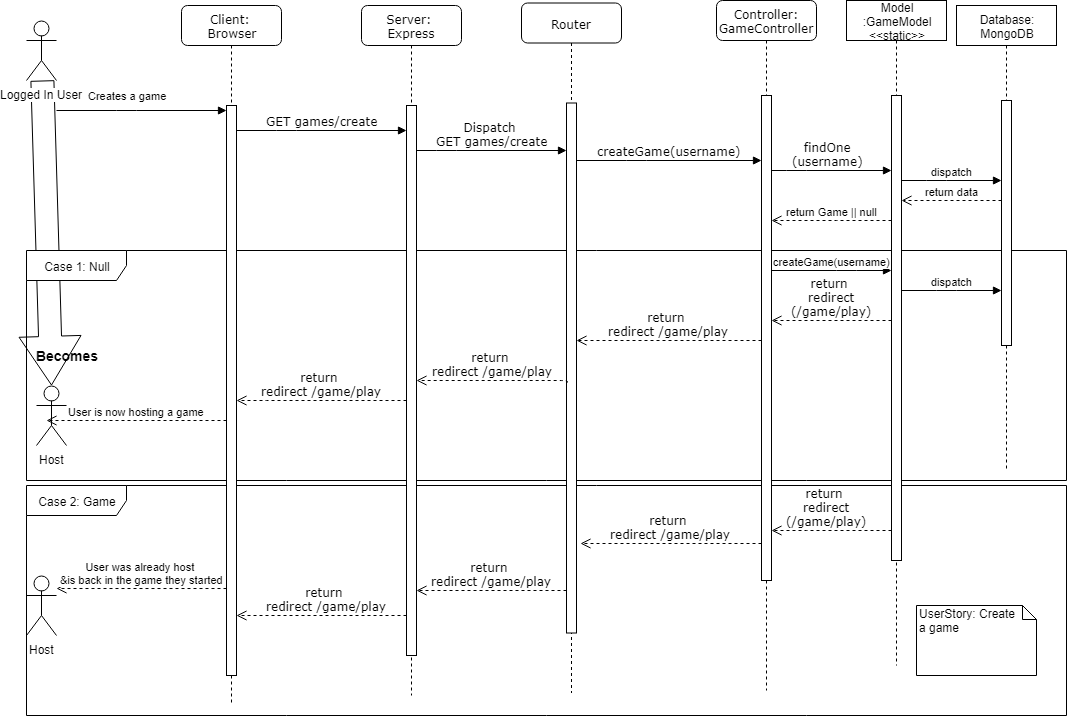
The draw.io diagram UML_Graphics/Sequence Diagram_ Create a Game.png in O-clock-Pulsar/Pictionary-TeamPyjamasque, before a commit. Source tidied: cells renumbered, new cells last; positions are measured from the earlier drawing's top-left corner, leaving out a move shared by most shapes.
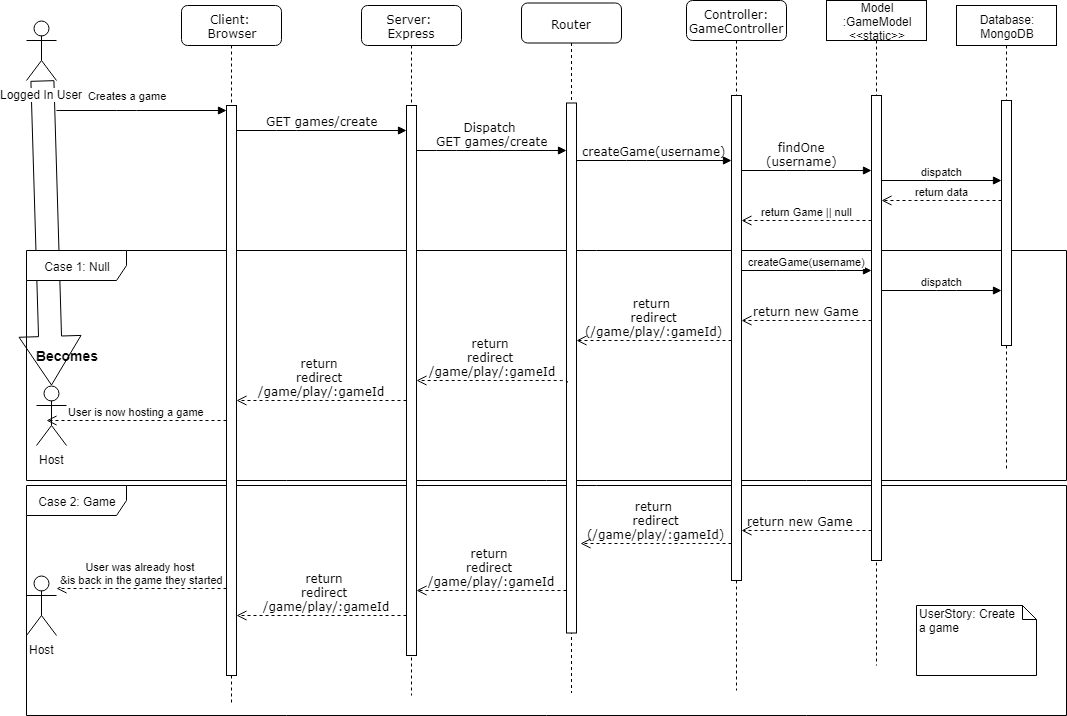
Above is the later version.

What changed in the source:
```diff
@@ -24,7 +24,7 @@
       <mxGeometry x="45" y="100" width="10" height="530" as="geometry" />
     </mxCell>
     <mxCell id="9" value="Controller: GameController" style="shape=umlLifeline;perimeter=lifelinePerimeter;whiteSpace=wrap;html=1;rounded=1;shadow=0;comic=0;labelBackgroundColor=none;strokeColor=#000000;strokeWidth=1;fillColor=#FFFFFF;fontFamily=Verdana;fontSize=12;fontColor=#000000;align=center;" parent="1" vertex="1">
-      <mxGeometry x="695" width="100" height="690" as="geometry" />
+      <mxGeometry x="665" width="100" height="690" as="geometry" />
     </mxCell>
     <mxCell id="10" style="html=1;points=[];perimeter=orthogonalPerimeter;rounded=0;shadow=0;comic=0;labelBackgroundColor=none;strokeColor=#000000;strokeWidth=1;fillColor=#FFFFFF;fontFamily=Verdana;fontSize=12;fontColor=#000000;align=center;" parent="9" vertex="1">
       <mxGeometry x="45" y="95" width="10" height="485" as="geometry" />
@@ -69,7 +69,7 @@
         </Array>
       </mxGeometry>
     </mxCell>
-    <mxCell id="17" value="return&amp;nbsp;&lt;br&gt;redirect /game/play" style="html=1;verticalAlign=bottom;endArrow=open;dashed=1;endSize=8;labelBackgroundColor=none;fontFamily=Verdana;fontSize=12;edgeStyle=elbowEdgeStyle;elbow=vertical;exitX=0.1;exitY=0.527;exitDx=0;exitDy=0;exitPerimeter=0;" parent="1" edge="1" source="8" target="6">
+    <mxCell id="17" value="return&amp;nbsp;&lt;br&gt;redirect &lt;br&gt;/game/play/:gameId" style="html=1;verticalAlign=bottom;endArrow=open;dashed=1;endSize=8;labelBackgroundColor=none;fontFamily=Verdana;fontSize=12;edgeStyle=elbowEdgeStyle;elbow=vertical;exitX=0.1;exitY=0.527;exitDx=0;exitDy=0;exitPerimeter=0;" parent="1" edge="1" source="8" target="6">
       <mxGeometry relative="1" as="geometry">
         <Array as="points">
           <mxPoint x="385" y="380" />
@@ -77,7 +77,7 @@
         </Array>
       </mxGeometry>
     </mxCell>
-    <mxCell id="18" value="return&amp;nbsp;&lt;br&gt;redirect /game/play" style="html=1;verticalAlign=bottom;endArrow=open;dashed=1;endSize=8;labelBackgroundColor=none;fontFamily=Verdana;fontSize=12;edgeStyle=elbowEdgeStyle;elbow=vertical;" parent="1" edge="1" source="6" target="12">
+    <mxCell id="18" value="return&amp;nbsp;&lt;br&gt;redirect &lt;br&gt;/game/play/:gameId" style="html=1;verticalAlign=bottom;endArrow=open;dashed=1;endSize=8;labelBackgroundColor=none;fontFamily=Verdana;fontSize=12;edgeStyle=elbowEdgeStyle;elbow=vertical;" parent="1" edge="1" source="6" target="12">
       <mxGeometry relative="1" as="geometry">
         <Array as="points">
           <mxPoint x="255" y="400" />
@@ -108,7 +108,7 @@
       </mxGeometry>
     </mxCell>
     <mxCell id="23" value="Model&lt;br&gt;:GameModel&lt;br&gt;&amp;lt;&amp;lt;static&amp;gt;&amp;gt;" style="shape=umlLifeline;perimeter=lifelinePerimeter;whiteSpace=wrap;html=1;" parent="1" vertex="1">
-      <mxGeometry x="825" width="100" height="665" as="geometry" />
+      <mxGeometry x="805" width="100" height="665" as="geometry" />
     </mxCell>
     <mxCell id="24" style="html=1;points=[];perimeter=orthogonalPerimeter;" parent="23" vertex="1">
       <mxGeometry x="45" y="95" width="10" height="465" as="geometry" />
@@ -140,7 +140,7 @@
         </Array>
       </mxGeometry>
     </mxCell>
-    <mxCell id="30" value="return&amp;nbsp;&lt;br&gt;redirect /game/play" style="html=1;verticalAlign=bottom;endArrow=open;dashed=1;endSize=8;labelBackgroundColor=none;fontFamily=Verdana;fontSize=12;edgeStyle=elbowEdgeStyle;elbow=vertical;" parent="1" edge="1" source="10" target="8">
+    <mxCell id="30" value="return&amp;nbsp;&lt;br&gt;redirect&lt;br&gt;(/game/play/:gameId)" style="html=1;verticalAlign=bottom;endArrow=open;dashed=1;endSize=8;labelBackgroundColor=none;fontFamily=Verdana;fontSize=12;edgeStyle=elbowEdgeStyle;elbow=vertical;" parent="1" edge="1" source="10" target="8">
       <mxGeometry relative="1" as="geometry">
         <Array as="points">
           <mxPoint x="685" y="340" />
@@ -149,14 +149,14 @@
         </Array>
       </mxGeometry>
     </mxCell>
-    <mxCell id="31" value="return&amp;nbsp;&lt;br&gt;redirect /game/play" style="html=1;verticalAlign=bottom;endArrow=open;dashed=1;endSize=8;labelBackgroundColor=none;fontFamily=Verdana;fontSize=12;edgeStyle=elbowEdgeStyle;elbow=vertical;" parent="1" edge="1" source="8" target="6">
+    <mxCell id="31" value="return&amp;nbsp;&lt;br&gt;redirect &lt;br&gt;/game/play/:gameId" style="html=1;verticalAlign=bottom;endArrow=open;dashed=1;endSize=8;labelBackgroundColor=none;fontFamily=Verdana;fontSize=12;edgeStyle=elbowEdgeStyle;elbow=vertical;" parent="1" edge="1" source="8" target="6">
       <mxGeometry relative="1" as="geometry">
         <Array as="points">
           <mxPoint x="435" y="590" />
         </Array>
       </mxGeometry>
     </mxCell>
-    <mxCell id="32" value="return&amp;nbsp;&lt;br&gt;redirect /game/play" style="html=1;verticalAlign=bottom;endArrow=open;dashed=1;endSize=8;labelBackgroundColor=none;fontFamily=Verdana;fontSize=12;edgeStyle=elbowEdgeStyle;elbow=vertical;" parent="1" edge="1" source="6" target="12">
+    <mxCell id="32" value="return&amp;nbsp;&lt;br&gt;redirect &lt;br&gt;/game/play/:gameId" style="html=1;verticalAlign=bottom;endArrow=open;dashed=1;endSize=8;labelBackgroundColor=none;fontFamily=Verdana;fontSize=12;edgeStyle=elbowEdgeStyle;elbow=vertical;" parent="1" edge="1" source="6" target="12">
       <mxGeometry x="0.65" y="-60" relative="1" as="geometry">
         <Array as="points">
           <mxPoint x="245" y="615" />
@@ -175,14 +175,14 @@
         </Array>
       </mxGeometry>
     </mxCell>
-    <mxCell id="35" value="return &lt;br&gt;redirect&lt;br&gt;(/game/play)" style="html=1;verticalAlign=bottom;endArrow=open;dashed=1;endSize=8;labelBackgroundColor=none;fontFamily=Verdana;fontSize=12;edgeStyle=elbowEdgeStyle;elbow=vertical;" parent="1" edge="1" source="24" target="10">
+    <mxCell id="35" value="return new Game" style="html=1;verticalAlign=bottom;endArrow=open;dashed=1;endSize=8;labelBackgroundColor=none;fontFamily=Verdana;fontSize=12;edgeStyle=elbowEdgeStyle;elbow=vertical;" parent="1" edge="1" source="24" target="10">
       <mxGeometry relative="1" as="geometry">
         <Array as="points">
           <mxPoint x="785" y="320" />
         </Array>
       </mxGeometry>
     </mxCell>
-    <mxCell id="36" value="return&amp;nbsp;&lt;br&gt;redirect /game/play" style="html=1;verticalAlign=bottom;endArrow=open;dashed=1;endSize=8;labelBackgroundColor=none;fontFamily=Verdana;fontSize=12;edgeStyle=elbowEdgeStyle;elbow=vertical;entryX=1.4;entryY=0.831;entryDx=0;entryDy=0;entryPerimeter=0;" parent="1" edge="1" source="10" target="8">
+    <mxCell id="36" value="return&amp;nbsp;&lt;br&gt;redirect&lt;br&gt;(/game/play/:gameId)" style="html=1;verticalAlign=bottom;endArrow=open;dashed=1;endSize=8;labelBackgroundColor=none;fontFamily=Verdana;fontSize=12;edgeStyle=elbowEdgeStyle;elbow=vertical;entryX=1.4;entryY=0.831;entryDx=0;entryDy=0;entryPerimeter=0;" parent="1" edge="1" source="10" target="8">
       <mxGeometry relative="1" as="geometry" />
     </mxCell>
     <mxCell id="37" value="Host" style="shape=umlActor;verticalLabelPosition=bottom;labelBackgroundColor=#ffffff;verticalAlign=top;html=1;" parent="1" vertex="1">
@@ -198,7 +198,7 @@
         </Array>
       </mxGeometry>
     </mxCell>
-    <mxCell id="40" value="return &lt;br&gt;redirect&lt;br&gt;(/game/play)" style="html=1;verticalAlign=bottom;endArrow=open;dashed=1;endSize=8;labelBackgroundColor=none;fontFamily=Verdana;fontSize=12;edgeStyle=elbowEdgeStyle;elbow=vertical;" parent="1" edge="1" source="24" target="10">
+    <mxCell id="40" value="return new Game" style="html=1;verticalAlign=bottom;endArrow=open;dashed=1;endSize=8;labelBackgroundColor=none;fontFamily=Verdana;fontSize=12;edgeStyle=elbowEdgeStyle;elbow=vertical;" parent="1" edge="1" source="24" target="10">
       <mxGeometry x="0.25" y="-10" relative="1" as="geometry">
         <Array as="points">
           <mxPoint x="795" y="530" />
```
